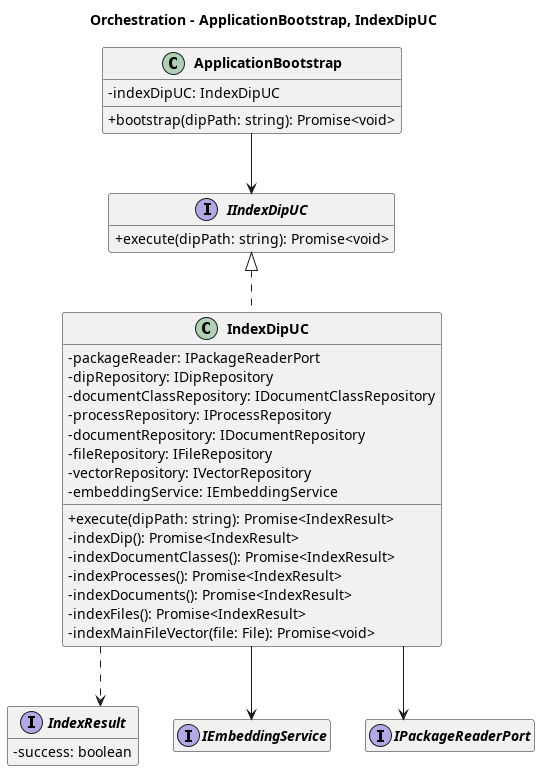
Before: out/3_PB/DocumentiEsterni/DiagrammiSpecificaTecnica/C4/C4_Orchestration/Class Diagram - Main Indexing Flow - Orchestration.png, a diagram exported from PlantUML (7-ZPUs/Docs).
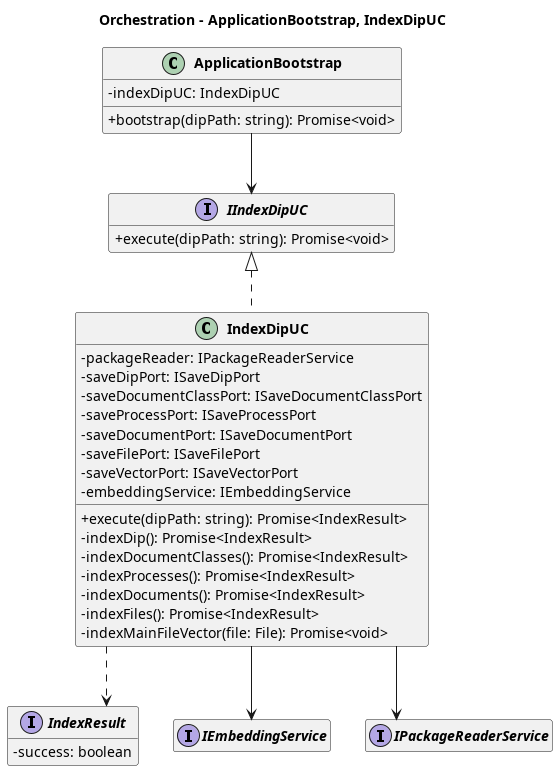
Later version of the same file.

Commit message:
fix interfacce indexing.

The edit, as a diff of the source:
```diff
@@ -20,13 +20,13 @@
   }
 
   class IndexDipUC implements IIndexDipUC {
-     - packageReader: IPackageReaderPort
-     - dipRepository: IDipRepository
-     - documentClassRepository: IDocumentClassRepository
-     - processRepository: IProcessRepository
-     - documentRepository: IDocumentRepository
-     - fileRepository: IFileRepository
-     - vectorRepository: IVectorRepository
+     - packageReader: IPackageReaderService
+     - saveDipPort: ISaveDipPort
+     - saveDocumentClassPort: ISaveDocumentClassPort
+     - saveProcessPort: ISaveProcessPort
+     - saveDocumentPort: ISaveDocumentPort
+     - saveFilePort: ISaveFilePort
+     - saveVectorPort: ISaveVectorPort
      - embeddingService: IEmbeddingService
      + execute(dipPath: string): Promise<IndexResult>
      - indexDip(): Promise<IndexResult>
@@ -43,10 +43,10 @@
 
 
 interface IEmbeddingService {}
-interface IPackageReaderPort {}
+interface IPackageReaderService {}
 
 ApplicationBootstrap --> IIndexDipUC
-IndexDipUC --> IPackageReaderPort
+IndexDipUC --> IPackageReaderService
 IndexDipUC --> IEmbeddingService
 IndexDipUC ..> IndexResult
 @enduml
```
